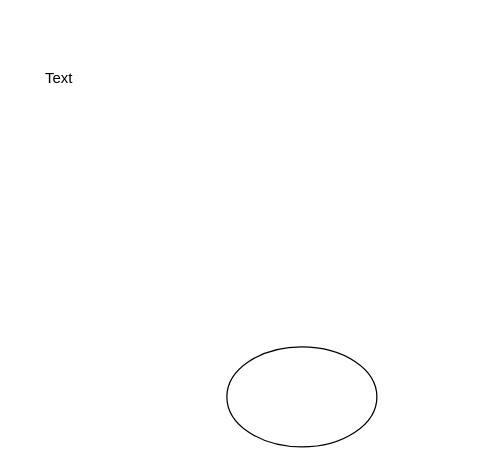
This is Diagrama Lobby.drawio from DEV-0ne-Jao/Projeto-Integrador, a draw.io file, before an edit. Source tidied: cells renumbered, new cells numbered last; positions are measured from the earlier drawing's top-left corner, leaving out a move shared by most shapes. Both pictures are drawn from the tidied source at 125%, with x=0, y=0 at pixel (21, 59).
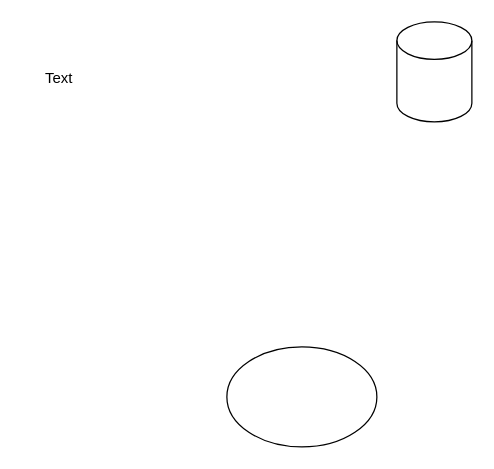
The same page after the edit.

What changed in the source:
```diff
@@
 <mxGraphModel>
   <root>
     <mxCell id="0" />
     <mxCell id="1" parent="0" />
     <mxCell id="2" value="Text" style="text;html=1;align=center;verticalAlign=middle;whiteSpace=wrap;rounded=0;" parent="1" vertex="1">
       <mxGeometry width="60" height="30" as="geometry" />
     </mxCell>
     <mxCell id="3" style="ellipse;whiteSpace=wrap;html=1;" parent="1" vertex="1">
       <mxGeometry x="164" y="230" width="120" height="80" as="geometry" />
     </mxCell>
+    <mxCell id="4" style="shape=cylinder3;whiteSpace=wrap;html=1;boundedLbl=1;backgroundOutline=1;size=15;" parent="1" vertex="1">
+      <mxGeometry x="300" y="-30" width="60" height="80" as="geometry" />
+    </mxCell>
   </root>
 </mxGraphModel>
```
